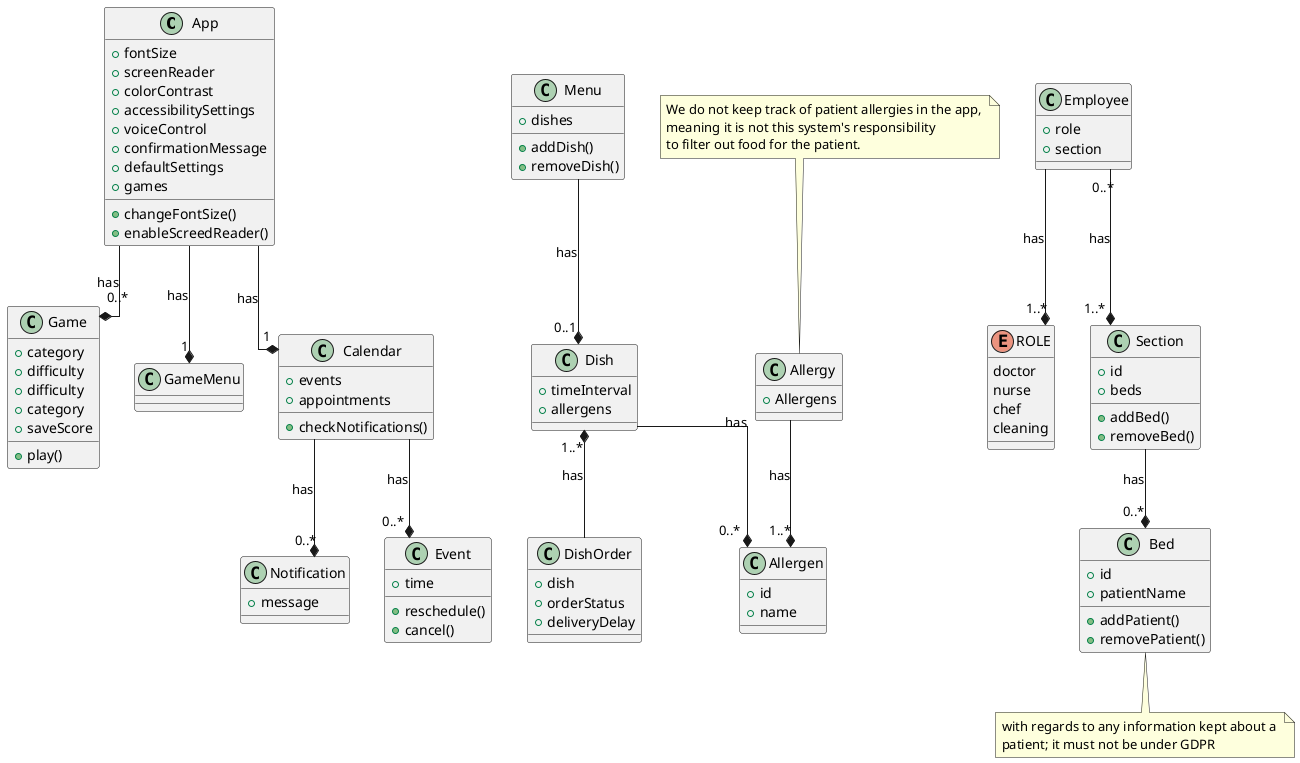
Above: puml/class-diagram.png in Oskar123456/SYSDAT-F25-TEAM-G (PlantUML), before the change.
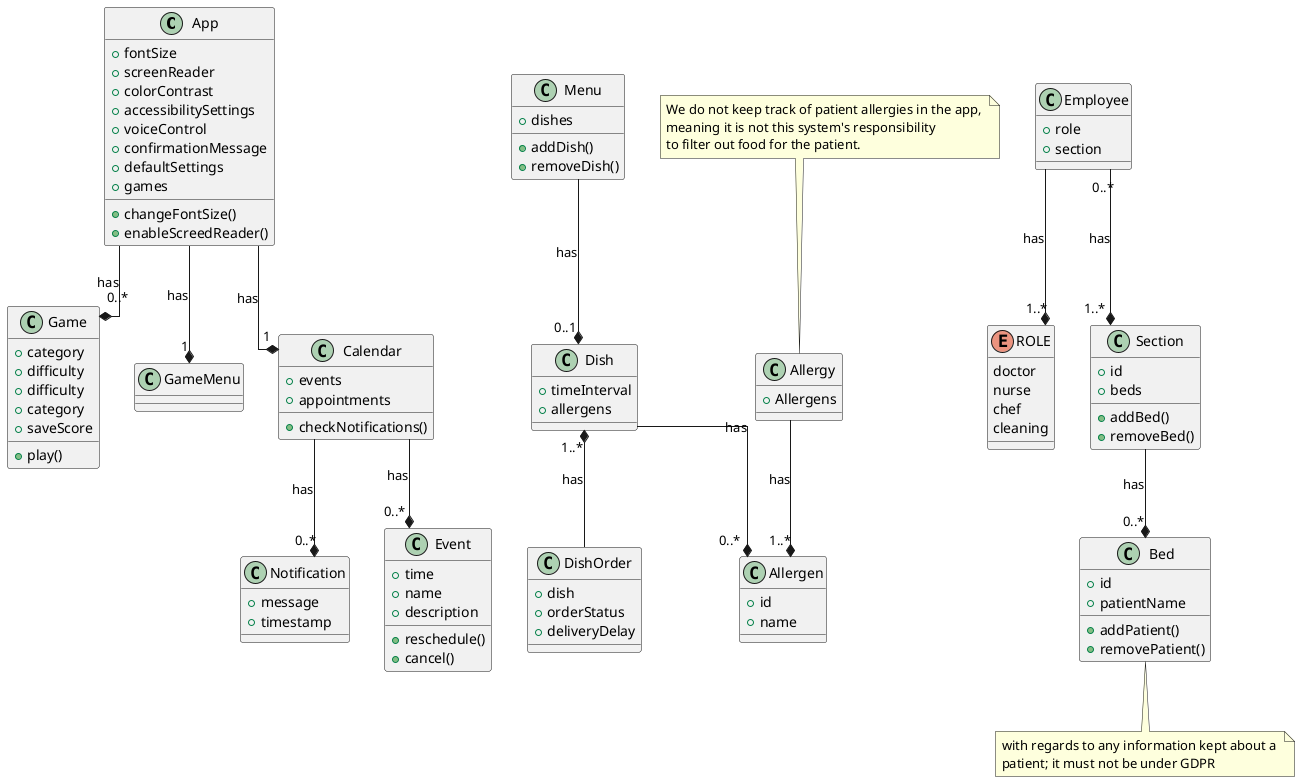
Above is the later version.

Commit message:
fix mistakes in diagrams

The edit, as a diff of the source:
```diff
@@ -62,6 +62,7 @@
 
 class Notification {
     +message
+    +timestamp
 }
 
 class Calendar {
@@ -74,6 +75,8 @@
     +time
     +reschedule()
     +cancel()
+    +name
+    +description
 }
 
 class Employee {
```
